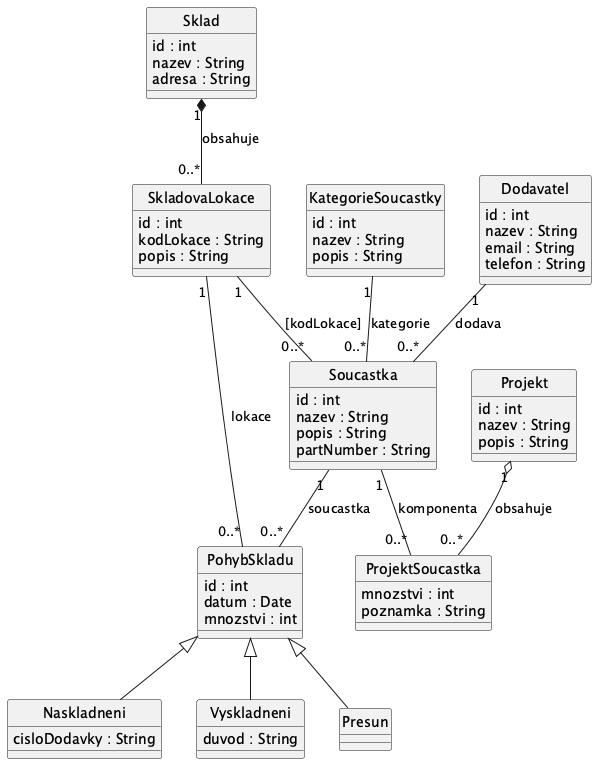
Before: docs/images/02a_conceptual_model.png, a diagram exported from PlantUML (lkvapil/wms-elektronicke-soucastky).
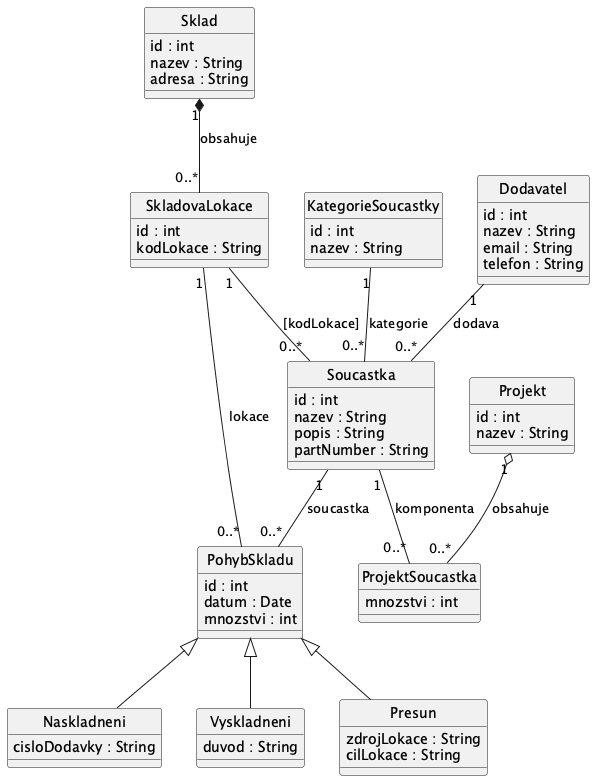
The same diagram one commit later.

Commit message:
feat: aktualizace diagramu trid - zjednoduseni atributu, Presun s zdrojLokace/cilLokace

What changed in the source:
```diff
@@ -11,7 +11,6 @@
 class KategorieSoucastky {
   id : int
   nazev : String
-  popis : String
 }
 
 class Dodavatel {
@@ -30,7 +29,6 @@
 class SkladovaLokace {
   id : int
   kodLokace : String
-  popis : String
 }
 
 class PohybSkladu {
@@ -48,17 +46,17 @@
 }
 
 class Presun {
+  zdrojLokace : String
+  cilLokace : String
 }
 
 class Projekt {
   id : int
   nazev : String
-  popis : String
 }
 
 class ProjektSoucastka {
   mnozstvi : int
-  poznamka : String
 }
 
 
```
